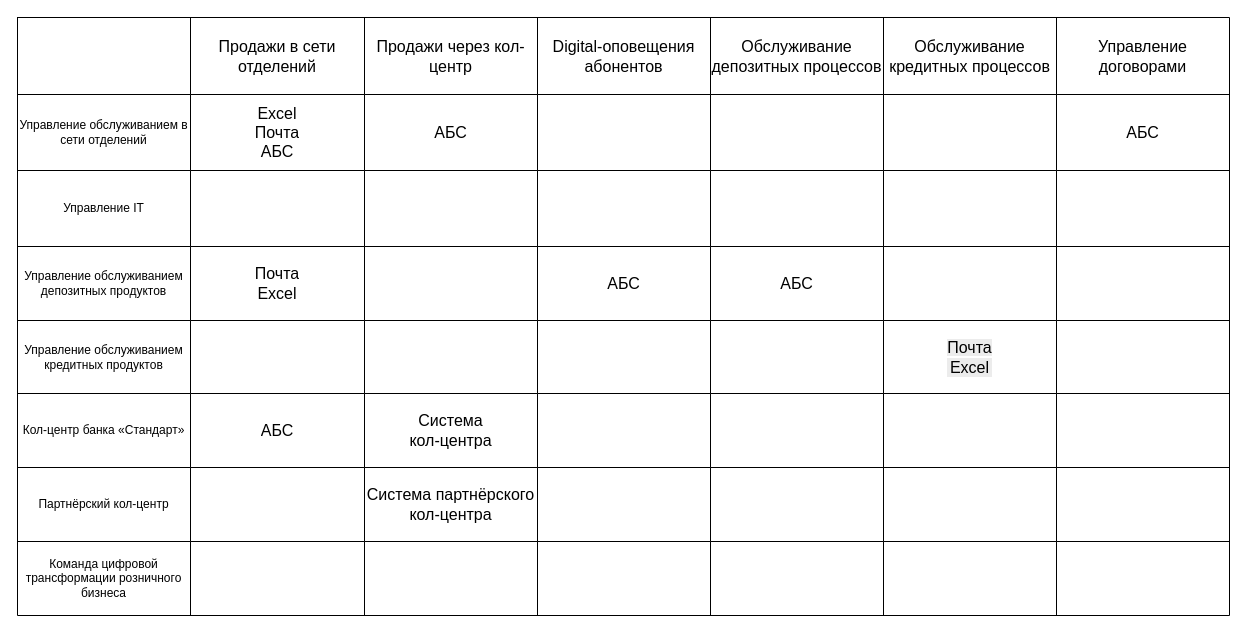
The draw.io diagram Task1/Карта IT-ландшафта.drawio in ditibal/architecture-standart, before the edit. Source tidied: cells renumbered, new cells numbered last; positions are measured from the earlier drawing's top-left corner, leaving out a move shared by most shapes. Both pictures are drawn from the tidied source at 100%, with x=0, y=0 at pixel (17, 17).
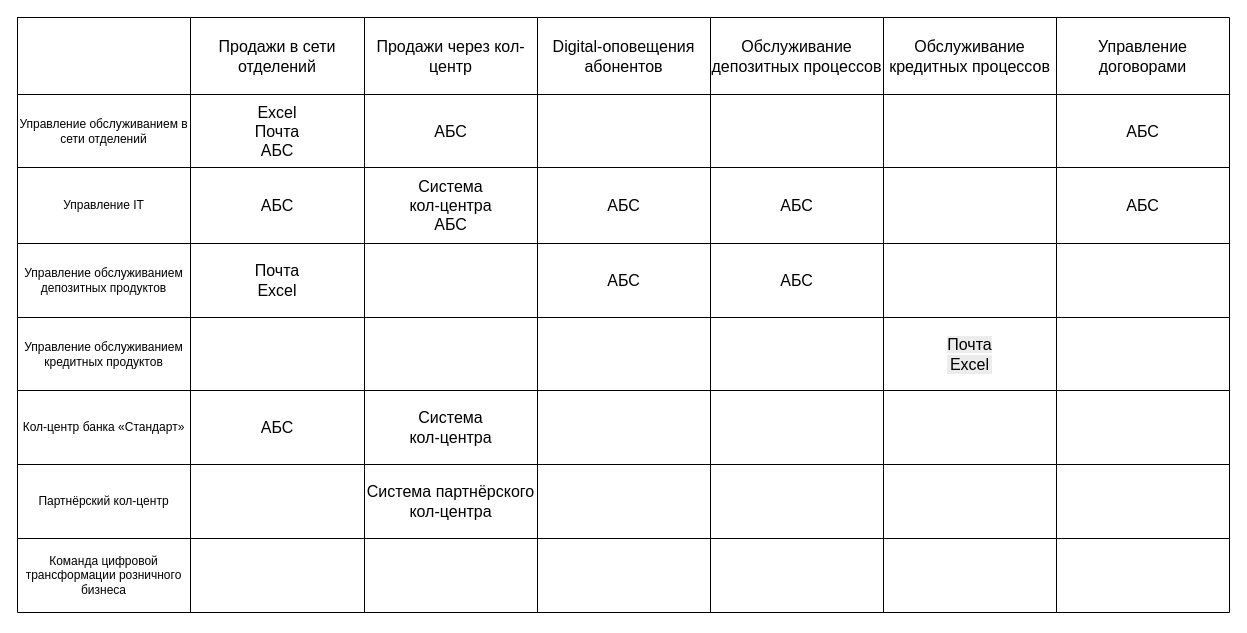
Above is the later version.

Diff of the diagram source:
```diff
@@
     <mxCell id="2" style="shape=table;startSize=0;childLayout=tableLayout;fontSize=16;" parent="1" vertex="1">
-      <mxGeometry width="1212" height="598" as="geometry" />
+      <mxGeometry width="1212" height="595" as="geometry" />
     </mxCell>
@@
     <mxCell id="11" style="shape=tableRow;horizontal=0;startSize=0;swimlaneHead=0;swimlaneBody=0;strokeColor=inherit;top=0;left=0;bottom=0;right=0;fillColor=none;fontSize=16;" parent="2" vertex="1">
-      <mxGeometry y="77" width="1212" height="76" as="geometry" />
+      <mxGeometry y="77" width="1212" height="73" as="geometry" />
     </mxCell>
     <mxCell id="12" value="Управление обслуживанием в сети отделений" style="shape=partialRectangle;html=1;whiteSpace=wrap;strokeColor=inherit;overflow=hidden;fillColor=none;top=0;left=0;bottom=0;right=0;" parent="11" vertex="1">
-      <mxGeometry width="173" height="76" as="geometry" />
+      <mxGeometry width="173" height="73" as="geometry" />
     </mxCell>
     <mxCell id="13" value="Excel&lt;div&gt;Почта&lt;/div&gt;&lt;div&gt;АБС&lt;/div&gt;" style="shape=partialRectangle;html=1;whiteSpace=wrap;strokeColor=inherit;overflow=hidden;fillColor=none;top=0;left=0;bottom=0;right=0;fontSize=16;" parent="11" vertex="1">
-      <mxGeometry x="173" width="174" height="76" as="geometry" />
+      <mxGeometry x="173" width="174" height="73" as="geometry" />
     </mxCell>
     <mxCell id="14" value="АБС" style="shape=partialRectangle;html=1;whiteSpace=wrap;strokeColor=inherit;overflow=hidden;fillColor=none;top=0;left=0;bottom=0;right=0;fontSize=16;" parent="11" vertex="1">
-      <mxGeometry x="347" width="173" height="76" as="geometry" />
+      <mxGeometry x="347" width="173" height="73" as="geometry" />
     </mxCell>
     <mxCell id="15" style="shape=partialRectangle;html=1;whiteSpace=wrap;strokeColor=inherit;overflow=hidden;fillColor=none;top=0;left=0;bottom=0;right=0;fontSize=16;" parent="11" vertex="1">
-      <mxGeometry x="520" width="173" height="76" as="geometry" />
+      <mxGeometry x="520" width="173" height="73" as="geometry" />
     </mxCell>
     <mxCell id="16" style="shape=partialRectangle;html=1;whiteSpace=wrap;strokeColor=inherit;overflow=hidden;fillColor=none;top=0;left=0;bottom=0;right=0;fontSize=16;" parent="11" vertex="1">
-      <mxGeometry x="693" width="173" height="76" as="geometry" />
+      <mxGeometry x="693" width="173" height="73" as="geometry" />
     </mxCell>
     <mxCell id="17" style="shape=partialRectangle;html=1;whiteSpace=wrap;strokeColor=inherit;overflow=hidden;fillColor=none;top=0;left=0;bottom=0;right=0;fontSize=16;" parent="11" vertex="1">
-      <mxGeometry x="866" width="173" height="76" as="geometry" />
+      <mxGeometry x="866" width="173" height="73" as="geometry" />
     </mxCell>
     <mxCell id="18" value="АБС" style="shape=partialRectangle;html=1;whiteSpace=wrap;strokeColor=inherit;overflow=hidden;fillColor=none;top=0;left=0;bottom=0;right=0;fontSize=16;" parent="11" vertex="1">
-      <mxGeometry x="1039" width="173" height="76" as="geometry" />
+      <mxGeometry x="1039" width="173" height="73" as="geometry" />
     </mxCell>
     <mxCell id="19" style="shape=tableRow;horizontal=0;startSize=0;swimlaneHead=0;swimlaneBody=0;strokeColor=inherit;top=0;left=0;bottom=0;right=0;fillColor=none;fontSize=16;" parent="2" vertex="1">
-      <mxGeometry y="153" width="1212" height="76" as="geometry" />
+      <mxGeometry y="150" width="1212" height="76" as="geometry" />
     </mxCell>
@@
-    <mxCell id="21" style="shape=partialRectangle;html=1;whiteSpace=wrap;strokeColor=inherit;overflow=hidden;fillColor=none;top=0;left=0;bottom=0;right=0;fontSize=16;" parent="19" vertex="1">
+    <mxCell id="21" value="АБС" style="shape=partialRectangle;html=1;whiteSpace=wrap;strokeColor=inherit;overflow=hidden;fillColor=none;top=0;left=0;bottom=0;right=0;fontSize=16;" parent="19" vertex="1">
       <mxGeometry x="173" width="174" height="76" as="geometry" />
     </mxCell>
-    <mxCell id="22" style="shape=partialRectangle;html=1;whiteSpace=wrap;strokeColor=inherit;overflow=hidden;fillColor=none;top=0;left=0;bottom=0;right=0;fontSize=16;" parent="19" vertex="1">
+    <mxCell id="22" value="Система&lt;br&gt;&lt;span style=&quot;background-color: transparent; color: light-dark(rgb(0, 0, 0), rgb(255, 255, 255));&quot;&gt;кол-центра&lt;/span&gt;&lt;div&gt;АБС&lt;/div&gt;" style="shape=partialRectangle;html=1;whiteSpace=wrap;strokeColor=inherit;overflow=hidden;fillColor=none;top=0;left=0;bottom=0;right=0;fontSize=16;" parent="19" vertex="1">
       <mxGeometry x="347" width="173" height="76" as="geometry" />
     </mxCell>
-    <mxCell id="23" style="shape=partialRectangle;html=1;whiteSpace=wrap;strokeColor=inherit;overflow=hidden;fillColor=none;top=0;left=0;bottom=0;right=0;fontSize=16;" parent="19" vertex="1">
+    <mxCell id="23" value="АБС" style="shape=partialRectangle;html=1;whiteSpace=wrap;strokeColor=inherit;overflow=hidden;fillColor=none;top=0;left=0;bottom=0;right=0;fontSize=16;" parent="19" vertex="1">
       <mxGeometry x="520" width="173" height="76" as="geometry" />
     </mxCell>
-    <mxCell id="24" style="shape=partialRectangle;html=1;whiteSpace=wrap;strokeColor=inherit;overflow=hidden;fillColor=none;top=0;left=0;bottom=0;right=0;fontSize=16;" parent="19" vertex="1">
+    <mxCell id="24" value="АБС" style="shape=partialRectangle;html=1;whiteSpace=wrap;strokeColor=inherit;overflow=hidden;fillColor=none;top=0;left=0;bottom=0;right=0;fontSize=16;" parent="19" vertex="1">
       <mxGeometry x="693" width="173" height="76" as="geometry" />
     </mxCell>
@@
-    <mxCell id="26" style="shape=partialRectangle;html=1;whiteSpace=wrap;strokeColor=inherit;overflow=hidden;fillColor=none;top=0;left=0;bottom=0;right=0;fontSize=16;" parent="19" vertex="1">
+    <mxCell id="26" value="АБС" style="shape=partialRectangle;html=1;whiteSpace=wrap;strokeColor=inherit;overflow=hidden;fillColor=none;top=0;left=0;bottom=0;right=0;fontSize=16;" parent="19" vertex="1">
       <mxGeometry x="1039" width="173" height="76" as="geometry" />
     </mxCell>
     <mxCell id="27" style="shape=tableRow;horizontal=0;startSize=0;swimlaneHead=0;swimlaneBody=0;strokeColor=inherit;top=0;left=0;bottom=0;right=0;fillColor=none;fontSize=16;" parent="2" vertex="1">
-      <mxGeometry y="229" width="1212" height="74" as="geometry" />
+      <mxGeometry y="226" width="1212" height="74" as="geometry" />
     </mxCell>
@@
     <mxCell id="35" style="shape=tableRow;horizontal=0;startSize=0;swimlaneHead=0;swimlaneBody=0;strokeColor=inherit;top=0;left=0;bottom=0;right=0;fillColor=none;fontSize=16;" parent="2" vertex="1">
-      <mxGeometry y="303" width="1212" height="73" as="geometry" />
+      <mxGeometry y="300" width="1212" height="73" as="geometry" />
     </mxCell>
@@
     <mxCell id="43" style="shape=tableRow;horizontal=0;startSize=0;swimlaneHead=0;swimlaneBody=0;strokeColor=inherit;top=0;left=0;bottom=0;right=0;fillColor=none;fontSize=16;" parent="2" vertex="1">
-      <mxGeometry y="376" width="1212" height="74" as="geometry" />
+      <mxGeometry y="373" width="1212" height="74" as="geometry" />
     </mxCell>
@@
     <mxCell id="51" style="shape=tableRow;horizontal=0;startSize=0;swimlaneHead=0;swimlaneBody=0;strokeColor=inherit;top=0;left=0;bottom=0;right=0;fillColor=none;fontSize=16;" parent="2" vertex="1">
-      <mxGeometry y="450" width="1212" height="74" as="geometry" />
+      <mxGeometry y="447" width="1212" height="74" as="geometry" />
     </mxCell>
@@
     <mxCell id="59" style="shape=tableRow;horizontal=0;startSize=0;swimlaneHead=0;swimlaneBody=0;strokeColor=inherit;top=0;left=0;bottom=0;right=0;fillColor=none;fontSize=16;" parent="2" vertex="1">
-      <mxGeometry y="524" width="1212" height="74" as="geometry" />
+      <mxGeometry y="521" width="1212" height="74" as="geometry" />
     </mxCell>
```
